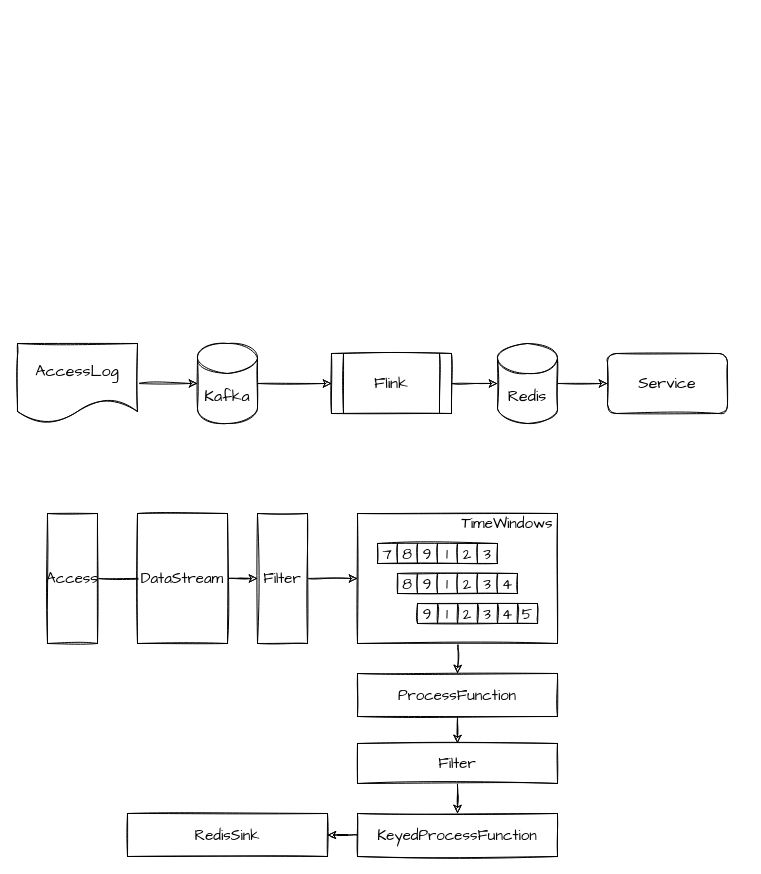
Before: page "第 13 页" (12 of 12) of shuzhi.drawio in nullbull/uml, a draw.io diagram. Source tidied: cells renumbered, new cells numbered last; positions are measured from the earlier drawing's top-left corner, leaving out a move shared by most shapes. Both pictures are drawn from the tidied source at 100%, with x=0, y=0 at pixel (17, 343).
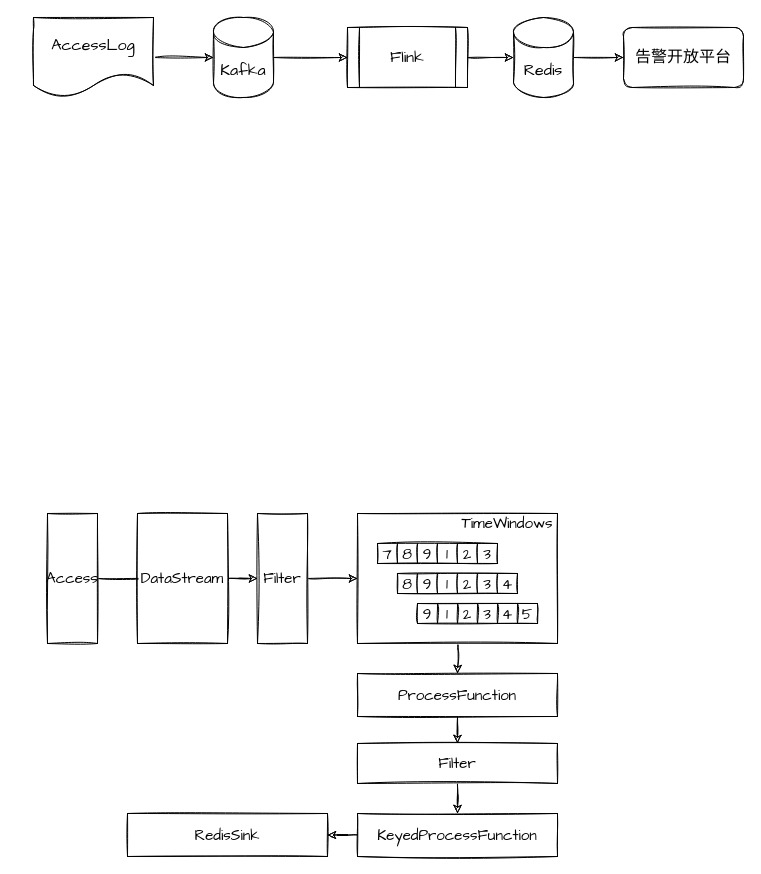
After the change.

What changed in the source:
```diff
@@
     <mxCell id="3" value="AccessLog" style="shape=document;whiteSpace=wrap;html=1;boundedLbl=1;sketch=1;fontFamily=Comic Sans MS;fontSize=16;" parent="1" vertex="1">
-      <mxGeometry width="120" height="80" as="geometry" />
+      <mxGeometry x="16" y="-326" width="120" height="80" as="geometry" />
     </mxCell>
@@
     <mxCell id="5" value="Kafka" style="shape=cylinder3;whiteSpace=wrap;html=1;boundedLbl=1;backgroundOutline=1;size=15;sketch=1;fontFamily=Comic Sans MS;fontSize=16;" parent="1" vertex="1">
-      <mxGeometry x="180" width="60" height="80" as="geometry" />
+      <mxGeometry x="196" y="-326" width="60" height="80" as="geometry" />
     </mxCell>
@@
     <mxCell id="7" value="Flink" style="shape=process;whiteSpace=wrap;html=1;backgroundOutline=1;sketch=1;fontFamily=Comic Sans MS;fontSize=16;" parent="1" vertex="1">
-      <mxGeometry x="314" y="10" width="120" height="60" as="geometry" />
+      <mxGeometry x="330" y="-316" width="120" height="60" as="geometry" />
     </mxCell>
@@
     <mxCell id="9" value="Redis" style="shape=cylinder3;whiteSpace=wrap;html=1;boundedLbl=1;backgroundOutline=1;size=15;sketch=1;fontFamily=Comic Sans MS;fontSize=16;" parent="1" vertex="1">
-      <mxGeometry x="480" width="60" height="80" as="geometry" />
+      <mxGeometry x="496" y="-326" width="60" height="80" as="geometry" />
     </mxCell>
-    <mxCell id="10" value="Service" style="rounded=1;whiteSpace=wrap;html=1;sketch=1;fontFamily=Comic Sans MS;fontSize=16;" parent="1" vertex="1">
-      <mxGeometry x="590" y="10" width="120" height="60" as="geometry" />
+    <mxCell id="10" value="告警开放平台" style="rounded=1;whiteSpace=wrap;html=1;sketch=1;fontFamily=Comic Sans MS;fontSize=16;" parent="1" vertex="1">
+      <mxGeometry x="606" y="-316" width="120" height="60" as="geometry" />
     </mxCell>
```
